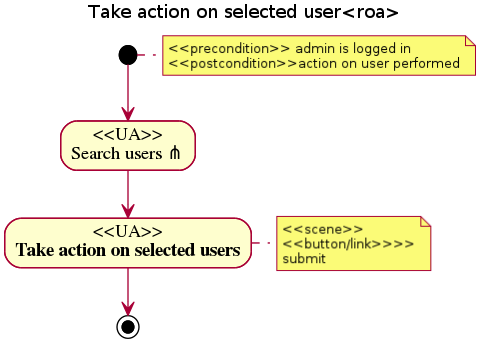
Before: doc/worg/images/gsoc/2012/bugpile/take-action-select-users-uml-roa.png, a diagram exported from PlantUML (bzg/bugpile).
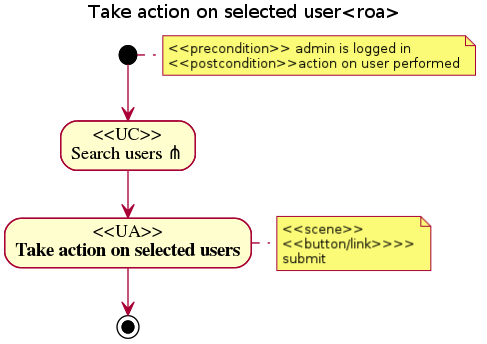
Above is the later version.

Commit message:
i.org tutorial on worg: software oriented use case diagrams written.

Diff of the diagram source:
```diff
@@ -1,7 +1,7 @@
 @startuml
 title Take action on selected user<roa>
 note right: <<precondition>> admin is logged in\n<<postcondition>>action on user performed
-(*) --> "<<UA>>\nSearch users ?"
+(*) --> "<<UC>>\nSearch users ?"
 --> "<<UA>>\nTake action on selected users"
 note right: <<scene>>\n<<button/link>>>>\nsubmit
 --> (*)
```
